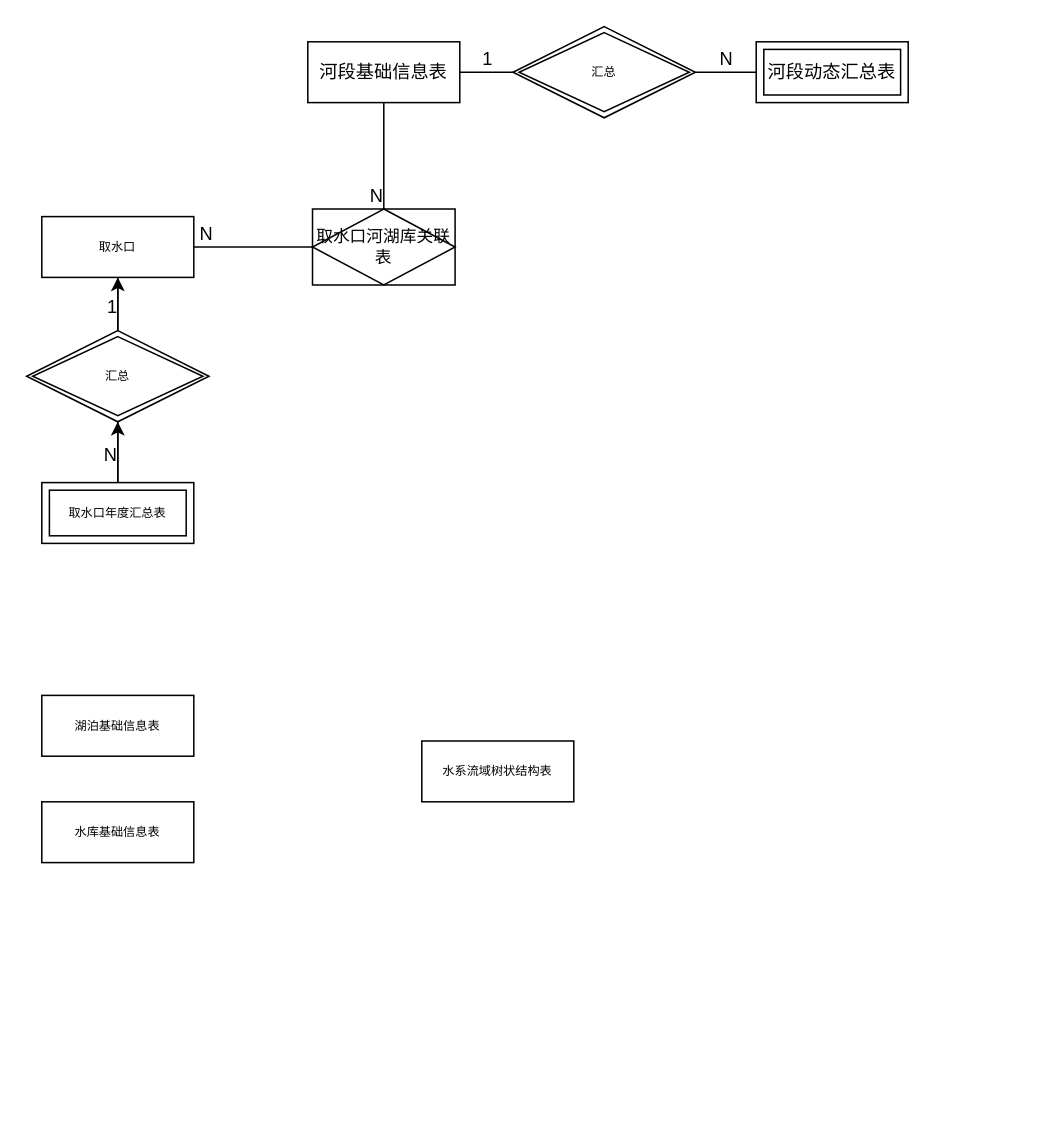
Earlier version of the draw.io diagram file/er.drawio (DORcode/admin-demo). Source tidied: cells renumbered, new cells numbered last; positions are measured from the earlier drawing's top-left corner, leaving out a move shared by most shapes. Both pictures are drawn from the tidied source at 152%, with x=0, y=0 at pixel (26, 26).
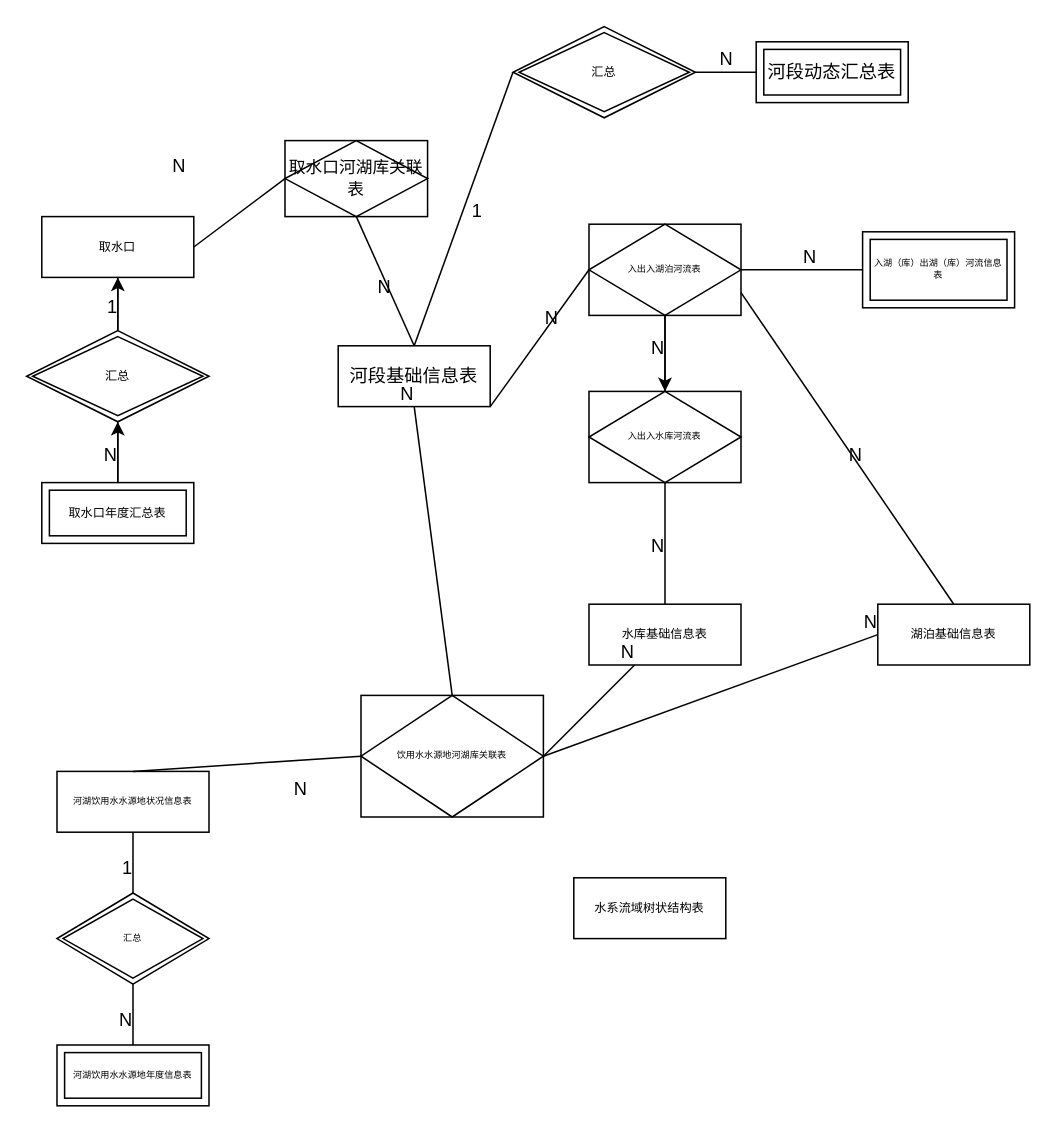
The same page after the edit.

Change to the diagram source:
```diff
@@
     <mxCell id="2" value="河段基础信息表" style="whiteSpace=wrap;html=1;align=center;" parent="1" vertex="1">
-      <mxGeometry x="185" y="10" width="100" height="40" as="geometry" />
+      <mxGeometry x="205" y="210" width="100" height="40" as="geometry" />
     </mxCell>
@@
     <mxCell id="4" value="&lt;font style=&quot;font-size: 11px&quot;&gt;取水口河湖库关联表&lt;/font&gt;" style="shape=associativeEntity;whiteSpace=wrap;html=1;align=center;fontSize=8;" parent="1" vertex="1">
-      <mxGeometry x="188.1" y="120" width="93.8" height="50" as="geometry" />
+      <mxGeometry x="170" y="75" width="93.8" height="50" as="geometry" />
     </mxCell>
@@
-    <mxCell id="6" style="endArrow=none;html=1;rounded=0;fontSize=8;exitX=1;exitY=0.5;exitDx=0;exitDy=0;entryX=0;entryY=0.5;entryDx=0;entryDy=0;" parent="1" edge="1" source="2">
+    <mxCell id="6" style="endArrow=none;html=1;rounded=0;fontSize=8;exitX=0.5;exitY=0;exitDx=0;exitDy=0;entryX=0;entryY=0.5;entryDx=0;entryDy=0;" parent="1" edge="1" source="2">
       <mxGeometry relative="1" as="geometry">
         <mxPoint x="320" y="30" as="targetPoint" />
       </mxGeometry>
     </mxCell>
     <mxCell id="7" value="1" style="html=1;align=right;verticalAlign=bottom;" parent="6" vertex="1">
       <mxGeometry x="1" relative="1" as="geometry">
-        <mxPoint x="-13" as="offset" />
+        <mxPoint x="-19.9" y="99.6" as="offset" />
       </mxGeometry>
     </mxCell>
@@
-    <mxCell id="12" style="endArrow=none;html=1;rounded=0;fontSize=8;exitX=0.5;exitY=1;exitDx=0;exitDy=0;" parent="1" edge="1" source="2" target="4">
+    <mxCell id="12" style="endArrow=none;html=1;rounded=0;fontSize=8;entryX=0.5;entryY=1;entryDx=0;entryDy=0;exitX=0.5;exitY=0;exitDx=0;exitDy=0;" parent="1" edge="1" source="2" target="4">
       <mxGeometry relative="1" as="geometry" />
     </mxCell>
     <mxCell id="13" value="N" style="html=1;align=right;verticalAlign=bottom;" parent="12" vertex="1">
-      <mxGeometry x="1" relative="1" as="geometry" />
+      <mxGeometry x="1" relative="1" as="geometry">
+        <mxPoint x="23" y="54.7" as="offset" />
+      </mxGeometry>
     </mxCell>
@@
     <mxCell id="23" value="湖泊基础信息表" style="whiteSpace=wrap;html=1;align=center;fontSize=8;" parent="1" vertex="1">
-      <mxGeometry x="10" y="440" width="100" height="40" as="geometry" />
+      <mxGeometry x="560" y="380" width="100" height="40" as="geometry" />
     </mxCell>
     <mxCell id="24" value="水库基础信息表" style="whiteSpace=wrap;html=1;align=center;fontSize=8;" parent="1" vertex="1">
-      <mxGeometry x="10" y="510" width="100" height="40" as="geometry" />
+      <mxGeometry x="370" y="380" width="100" height="40" as="geometry" />
     </mxCell>
     <mxCell id="25" value="水系流域树状结构表" style="whiteSpace=wrap;html=1;align=center;fontSize=8;" parent="1" vertex="1">
-      <mxGeometry x="260" y="470" width="100" height="40" as="geometry" />
+      <mxGeometry x="360" y="560" width="100" height="40" as="geometry" />
     </mxCell>
+    <mxCell id="26" value="&lt;span style=&quot;font-size: 6px;&quot;&gt;入湖（库）出湖（库）河流信息表&lt;/span&gt;" style="shape=ext;margin=3;double=1;whiteSpace=wrap;html=1;align=center;fontSize=6;" parent="1" vertex="1">
+      <mxGeometry x="550" y="135" width="100" height="50" as="geometry" />
+    </mxCell>
+    <mxCell id="27" style="edgeStyle=orthogonalEdgeStyle;rounded=0;jettySize=auto;html=1;fontSize=6;" parent="1" edge="1" source="28" target="33">
+      <mxGeometry relative="1" as="geometry" />
+    </mxCell>
+    <mxCell id="28" value="入出入湖泊河流表" style="shape=associativeEntity;whiteSpace=wrap;html=1;align=center;fontSize=6;" parent="1" vertex="1">
+      <mxGeometry x="370" y="130" width="100" height="60" as="geometry" />
+    </mxCell>
+    <mxCell id="29" style="endArrow=none;html=1;rounded=0;fontSize=6;exitX=1;exitY=1;exitDx=0;exitDy=0;entryX=0;entryY=0.5;entryDx=0;entryDy=0;" parent="1" edge="1" source="2" target="28">
+      <mxGeometry relative="1" as="geometry" />
+    </mxCell>
+    <mxCell id="30" value="N" style="html=1;align=right;verticalAlign=bottom;" parent="29" vertex="1">
+      <mxGeometry x="1" relative="1" as="geometry">
+        <mxPoint x="-20" y="40" as="offset" />
+      </mxGeometry>
+    </mxCell>
+    <mxCell id="31" style="endArrow=none;html=1;rounded=0;fontSize=6;exitX=1;exitY=0.5;exitDx=0;exitDy=0;entryX=0;entryY=0.5;entryDx=0;entryDy=0;" parent="1" edge="1" source="28" target="26">
+      <mxGeometry relative="1" as="geometry" />
+    </mxCell>
+    <mxCell id="32" value="N" style="html=1;align=right;verticalAlign=bottom;" parent="31" vertex="1">
+      <mxGeometry x="1" relative="1" as="geometry">
+        <mxPoint x="-30" as="offset" />
+      </mxGeometry>
+    </mxCell>
+    <mxCell id="33" value="入出入水库河流表" style="shape=associativeEntity;whiteSpace=wrap;html=1;align=center;fontSize=6;" parent="1" vertex="1">
+      <mxGeometry x="370" y="240" width="100" height="60" as="geometry" />
+    </mxCell>
+    <mxCell id="34" style="endArrow=none;html=1;rounded=0;fontSize=6;entryX=0.5;entryY=1;entryDx=0;entryDy=0;exitX=0.5;exitY=0;exitDx=0;exitDy=0;" parent="1" edge="1" source="24" target="33">
+      <mxGeometry relative="1" as="geometry" />
+    </mxCell>
+    <mxCell id="35" value="N" style="html=1;align=right;verticalAlign=bottom;" parent="34" vertex="1">
+      <mxGeometry x="1" relative="1" as="geometry">
+        <mxPoint y="50" as="offset" />
+      </mxGeometry>
+    </mxCell>
+    <mxCell id="36" style="endArrow=none;html=1;rounded=0;fontSize=6;exitX=0.5;exitY=1;exitDx=0;exitDy=0;entryX=0.5;entryY=0;entryDx=0;entryDy=0;" parent="1" edge="1" source="28" target="33">
+      <mxGeometry relative="1" as="geometry" />
+    </mxCell>
+    <mxCell id="37" value="N" style="html=1;align=right;verticalAlign=bottom;" parent="36" vertex="1">
+      <mxGeometry x="1" relative="1" as="geometry">
+        <mxPoint y="-20" as="offset" />
+      </mxGeometry>
+    </mxCell>
+    <mxCell id="38" style="endArrow=none;html=1;rounded=0;fontSize=6;exitX=1;exitY=0.75;exitDx=0;exitDy=0;entryX=0.5;entryY=0;entryDx=0;entryDy=0;" parent="1" edge="1" source="28" target="23">
+      <mxGeometry relative="1" as="geometry" />
+    </mxCell>
+    <mxCell id="39" value="N" style="html=1;align=right;verticalAlign=bottom;" parent="38" vertex="1">
+      <mxGeometry x="1" relative="1" as="geometry">
+        <mxPoint x="-59.9" y="-89.8" as="offset" />
+      </mxGeometry>
+    </mxCell>
+    <mxCell id="40" value="河湖饮用水水源地状况信息表" style="whiteSpace=wrap;html=1;align=center;fontSize=6;" parent="1" vertex="1">
+      <mxGeometry x="20" y="490" width="100" height="40" as="geometry" />
+    </mxCell>
+    <mxCell id="41" value="河湖饮用水水源地年度信息表" style="shape=ext;margin=3;double=1;whiteSpace=wrap;html=1;align=center;fontSize=6;" parent="1" vertex="1">
+      <mxGeometry x="20" y="670" width="100" height="40" as="geometry" />
+    </mxCell>
+    <mxCell id="42" value="汇总" style="shape=rhombus;double=1;perimeter=rhombusPerimeter;whiteSpace=wrap;html=1;align=center;fontSize=6;" parent="1" vertex="1">
+      <mxGeometry x="20" y="570" width="100" height="60" as="geometry" />
+    </mxCell>
+    <mxCell id="43" style="endArrow=none;html=1;rounded=0;fontSize=6;exitX=0.5;exitY=1;exitDx=0;exitDy=0;entryX=0.5;entryY=0;entryDx=0;entryDy=0;" parent="1" edge="1" source="40" target="42">
+      <mxGeometry relative="1" as="geometry" />
+    </mxCell>
+    <mxCell id="44" value="1" style="html=1;align=right;verticalAlign=bottom;" parent="43" vertex="1">
+      <mxGeometry x="1" relative="1" as="geometry">
+        <mxPoint y="-8" as="offset" />
+      </mxGeometry>
+    </mxCell>
+    <mxCell id="45" style="endArrow=none;html=1;rounded=0;fontSize=6;exitX=0.5;exitY=1;exitDx=0;exitDy=0;entryX=0.5;entryY=0;entryDx=0;entryDy=0;" parent="1" edge="1" source="42" target="41">
+      <mxGeometry relative="1" as="geometry" />
+    </mxCell>
+    <mxCell id="46" value="N" style="html=1;align=right;verticalAlign=bottom;" parent="45" vertex="1">
+      <mxGeometry x="1" relative="1" as="geometry">
+        <mxPoint y="-8" as="offset" />
+      </mxGeometry>
+    </mxCell>
+    <mxCell id="47" value="饮用水水源地河湖库关联表" style="shape=associativeEntity;whiteSpace=wrap;html=1;align=center;fontSize=6;" parent="1" vertex="1">
+      <mxGeometry x="220" y="440" width="120" height="80" as="geometry" />
+    </mxCell>
+    <mxCell id="48" style="endArrow=none;html=1;rounded=0;fontSize=6;exitX=0.5;exitY=0;exitDx=0;exitDy=0;entryX=0;entryY=0.5;entryDx=0;entryDy=0;" parent="1" edge="1" source="40" target="47">
+      <mxGeometry relative="1" as="geometry" />
+    </mxCell>
+    <mxCell id="49" value="N" style="html=1;align=right;verticalAlign=bottom;" parent="48" vertex="1">
+      <mxGeometry x="1" relative="1" as="geometry">
+        <mxPoint x="-34.8" y="29.9" as="offset" />
+      </mxGeometry>
+    </mxCell>
+    <mxCell id="50" style="endArrow=none;html=1;rounded=0;fontSize=6;exitX=1;exitY=0.5;exitDx=0;exitDy=0;" parent="1" edge="1" source="47" target="24">
+      <mxGeometry relative="1" as="geometry" />
+    </mxCell>
+    <mxCell id="51" value="N" style="html=1;align=right;verticalAlign=bottom;" parent="50" vertex="1">
+      <mxGeometry x="1" relative="1" as="geometry" />
+    </mxCell>
+    <mxCell id="52" style="endArrow=none;html=1;rounded=0;fontSize=6;exitX=1;exitY=0.5;exitDx=0;exitDy=0;entryX=0;entryY=0.5;entryDx=0;entryDy=0;" parent="1" edge="1" source="47" target="23">
+      <mxGeometry relative="1" as="geometry" />
+    </mxCell>
+    <mxCell id="53" value="N" style="html=1;align=right;verticalAlign=bottom;" parent="52" vertex="1">
+      <mxGeometry x="1" relative="1" as="geometry" />
+    </mxCell>
+    <mxCell id="54" style="endArrow=none;html=1;rounded=0;fontSize=6;exitX=0.5;exitY=0;exitDx=0;exitDy=0;entryX=0.5;entryY=1;entryDx=0;entryDy=0;" parent="1" edge="1" source="47" target="2">
+      <mxGeometry relative="1" as="geometry" />
+    </mxCell>
+    <mxCell id="55" value="N" style="html=1;align=right;verticalAlign=bottom;" parent="54" vertex="1">
+      <mxGeometry x="1" relative="1" as="geometry" />
+    </mxCell>
```
